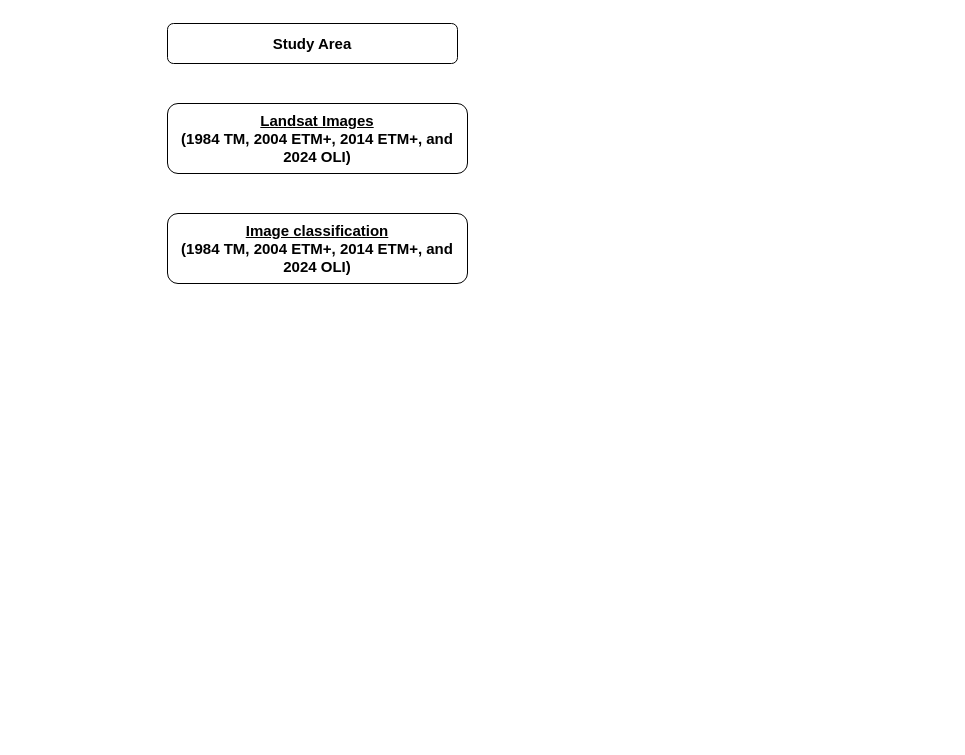
Earlier version of the draw.io diagram Lulc.drawio (yemioke/PRISMA2020). Source tidied: cells renumbered, new cells numbered last; positions are measured from the earlier drawing's top-left corner, leaving out a move shared by most shapes. Both pictures are drawn from the tidied source at 100%, with x=0, y=0 at pixel (167, 23).
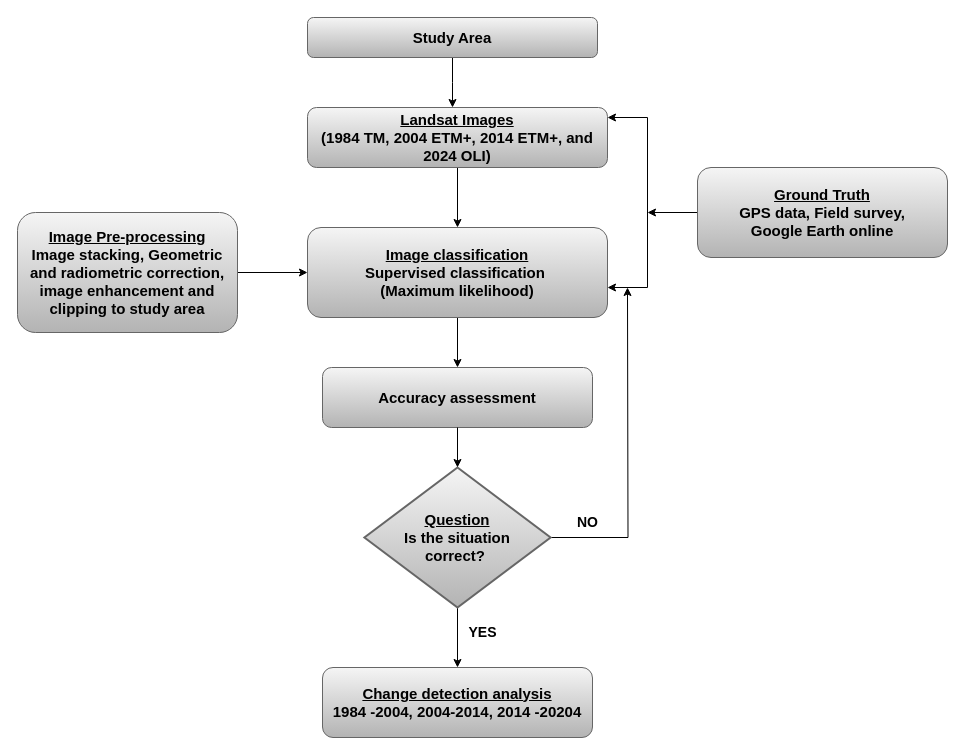
The same diagram, later.

Diff of the diagram source:
```diff
@@
+    <mxCell id="5" style="edgeStyle=orthogonalEdgeStyle;rounded=0;jettySize=auto;html=1;exitX=0.5;exitY=1;exitDx=0;exitDy=0;" parent="1" edge="1" source="2">
+      <mxGeometry relative="1" as="geometry">
+        <mxPoint x="285" y="84" as="targetPoint" />
+      </mxGeometry>
+    </mxCell>
-    <mxCell id="2" value="&lt;b&gt;&lt;font style=&quot;font-size: 15px;&quot;&gt;Study Area&lt;/font&gt;&lt;/b&gt;" style="rounded=1;whiteSpace=wrap;html=1;" parent="1" vertex="1">
-      <mxGeometry width="290" height="40" as="geometry" />
+    <mxCell id="2" value="&lt;b&gt;&lt;font style=&quot;font-size: 15px;&quot;&gt;Study Area&lt;/font&gt;&lt;/b&gt;" style="rounded=1;whiteSpace=wrap;html=1;fillColor=#f5f5f5;strokeColor=#666666;gradientColor=#b3b3b3;" parent="1" vertex="1">
+      <mxGeometry x="140" y="-6" width="290" height="40" as="geometry" />
     </mxCell>
+    <mxCell id="6" style="edgeStyle=orthogonalEdgeStyle;rounded=0;jettySize=auto;html=1;exitX=0.5;exitY=1;exitDx=0;exitDy=0;" parent="1" edge="1" source="3" target="4">
+      <mxGeometry relative="1" as="geometry" />
+    </mxCell>
-    <mxCell id="3" value="&lt;b&gt;&lt;font style=&quot;font-size: 15px;&quot;&gt;&lt;u&gt;Landsat Images&lt;/u&gt;&lt;/font&gt;&lt;/b&gt;&lt;div&gt;&lt;b&gt;&lt;font style=&quot;font-size: 15px;&quot;&gt;(1984 TM, 2004 ETM+, 2014 ETM+, and 2024 OLI)&lt;/font&gt;&lt;/b&gt;&lt;/div&gt;" style="rounded=1;whiteSpace=wrap;html=1;" parent="1" vertex="1">
-      <mxGeometry y="80" width="300" height="70" as="geometry" />
+    <mxCell id="3" value="&lt;b&gt;&lt;font style=&quot;font-size: 15px;&quot;&gt;&lt;u&gt;Landsat Images&lt;/u&gt;&lt;/font&gt;&lt;/b&gt;&lt;div&gt;&lt;b&gt;&lt;font style=&quot;font-size: 15px;&quot;&gt;(1984 TM, 2004 ETM+, 2014 ETM+, and 2024 OLI)&lt;/font&gt;&lt;/b&gt;&lt;/div&gt;" style="rounded=1;whiteSpace=wrap;html=1;fillColor=#f5f5f5;gradientColor=#b3b3b3;strokeColor=#666666;" parent="1" vertex="1">
+      <mxGeometry x="140" y="84" width="300" height="60" as="geometry" />
     </mxCell>
+    <mxCell id="7" style="edgeStyle=orthogonalEdgeStyle;rounded=0;jettySize=auto;html=1;exitX=0.5;exitY=1;exitDx=0;exitDy=0;" parent="1" edge="1" source="4" target="18">
+      <mxGeometry relative="1" as="geometry" />
+    </mxCell>
-    <mxCell id="4" value="&lt;b&gt;&lt;font style=&quot;font-size: 15px;&quot;&gt;&lt;u&gt;Image classification&lt;/u&gt;&lt;/font&gt;&lt;/b&gt;&lt;div&gt;&lt;b&gt;&lt;font style=&quot;font-size: 15px;&quot;&gt;(1984 TM, 2004 ETM+, 2014 ETM+, and 2024 OLI)&lt;/font&gt;&lt;/b&gt;&lt;/div&gt;" style="rounded=1;whiteSpace=wrap;html=1;" parent="1" vertex="1">
-      <mxGeometry y="190" width="300" height="70" as="geometry" />
+    <mxCell id="4" value="&lt;b&gt;&lt;font style=&quot;font-size: 15px;&quot;&gt;&lt;u&gt;Image classification&lt;/u&gt;&lt;/font&gt;&lt;/b&gt;&lt;div&gt;&lt;span style=&quot;font-size: 15px;&quot;&gt;&lt;b&gt;Supervised classification&amp;nbsp;&lt;/b&gt;&lt;/span&gt;&lt;/div&gt;&lt;div&gt;&lt;span style=&quot;font-size: 15px;&quot;&gt;&lt;b&gt;(Maximum likelihood)&lt;/b&gt;&lt;/span&gt;&lt;/div&gt;" style="rounded=1;whiteSpace=wrap;html=1;fillColor=#f5f5f5;gradientColor=#b3b3b3;strokeColor=#666666;" parent="1" vertex="1">
+      <mxGeometry x="140" y="204" width="300" height="90" as="geometry" />
     </mxCell>
+    <mxCell id="8" style="edgeStyle=orthogonalEdgeStyle;rounded=0;jettySize=auto;html=1;exitX=1;exitY=0.5;exitDx=0;exitDy=0;entryX=0;entryY=0.5;entryDx=0;entryDy=0;" parent="1" edge="1" source="9" target="4">
+      <mxGeometry relative="1" as="geometry" />
+    </mxCell>
+    <mxCell id="9" value="&lt;b&gt;&lt;font style=&quot;font-size: 15px;&quot;&gt;&lt;u&gt;Image Pre-processing&lt;/u&gt;&lt;/font&gt;&lt;/b&gt;&lt;div&gt;&lt;span style=&quot;font-size: 15px;&quot;&gt;&lt;b&gt;Image stacking, Geometric and radiometric correction, image enhancement and clipping to study area&lt;/b&gt;&lt;/span&gt;&lt;/div&gt;" style="rounded=1;whiteSpace=wrap;html=1;fillColor=#f5f5f5;gradientColor=#b3b3b3;strokeColor=#666666;" parent="1" vertex="1">
+      <mxGeometry x="-150" y="189" width="220" height="120" as="geometry" />
+    </mxCell>
+    <mxCell id="10" style="edgeStyle=orthogonalEdgeStyle;rounded=0;jettySize=auto;html=1;exitX=0;exitY=0.5;exitDx=0;exitDy=0;" parent="1" edge="1" source="11">
+      <mxGeometry relative="1" as="geometry">
+        <mxPoint x="480" y="189" as="targetPoint" />
+      </mxGeometry>
+    </mxCell>
+    <mxCell id="11" value="&lt;b&gt;&lt;font style=&quot;font-size: 15px;&quot;&gt;&lt;u&gt;Ground Truth&lt;/u&gt;&lt;/font&gt;&lt;/b&gt;&lt;div&gt;&lt;span style=&quot;font-size: 15px;&quot;&gt;&lt;b&gt;GPS data, Field survey,&lt;/b&gt;&lt;/span&gt;&lt;/div&gt;&lt;div&gt;&lt;span style=&quot;font-size: 15px;&quot;&gt;&lt;b&gt;Google Earth online&lt;/b&gt;&lt;/span&gt;&lt;/div&gt;" style="rounded=1;whiteSpace=wrap;html=1;fillColor=#f5f5f5;gradientColor=#b3b3b3;strokeColor=#666666;" parent="1" vertex="1">
+      <mxGeometry x="530" y="144" width="250" height="90" as="geometry" />
+    </mxCell>
+    <mxCell id="12" style="edgeStyle=orthogonalEdgeStyle;rounded=0;jettySize=auto;html=1;exitX=0.5;exitY=1;exitDx=0;exitDy=0;exitPerimeter=0;entryX=0.5;entryY=0;entryDx=0;entryDy=0;" parent="1" edge="1" source="14" target="19">
+      <mxGeometry relative="1" as="geometry" />
+    </mxCell>
+    <mxCell id="13" style="edgeStyle=orthogonalEdgeStyle;rounded=0;jettySize=auto;html=1;exitX=1;exitY=0.5;exitDx=0;exitDy=0;exitPerimeter=0;" parent="1" edge="1" source="14">
+      <mxGeometry relative="1" as="geometry">
+        <mxPoint x="460" y="264" as="targetPoint" />
+      </mxGeometry>
+    </mxCell>
+    <mxCell id="14" value="&lt;span style=&quot;font-size: 15px;&quot;&gt;&lt;b&gt;&lt;u&gt;Question&lt;/u&gt;&lt;/b&gt;&lt;/span&gt;&lt;br&gt;&lt;div&gt;&lt;span style=&quot;font-size: 15px;&quot;&gt;&lt;b&gt;Is the situation&lt;/b&gt;&lt;/span&gt;&lt;/div&gt;&lt;div&gt;&lt;span style=&quot;font-size: 15px;&quot;&gt;&lt;b&gt;correct?&amp;nbsp;&lt;/b&gt;&lt;/span&gt;&lt;/div&gt;" style="strokeWidth=2;html=1;shape=mxgraph.flowchart.decision;whiteSpace=wrap;fillColor=#f5f5f5;gradientColor=#b3b3b3;strokeColor=#666666;" parent="1" vertex="1">
+      <mxGeometry x="196.9" y="444" width="186.2" height="140" as="geometry" />
+    </mxCell>
+    <mxCell id="15" style="endArrow=none;html=1;rounded=0;" parent="1" edge="1">
+      <mxGeometry relative="1" as="geometry">
+        <mxPoint x="480" y="264" as="sourcePoint" />
+        <mxPoint x="480" y="94" as="targetPoint" />
+      </mxGeometry>
+    </mxCell>
+    <mxCell id="16" style="endArrow=classic;html=1;rounded=0;" parent="1" edge="1">
+      <mxGeometry relative="1" as="geometry">
+        <mxPoint x="480" y="264" as="sourcePoint" />
+        <mxPoint x="440" y="264" as="targetPoint" />
+      </mxGeometry>
+    </mxCell>
+    <mxCell id="17" style="endArrow=classic;html=1;rounded=0;" parent="1" edge="1">
+      <mxGeometry relative="1" as="geometry">
+        <mxPoint x="480" y="94" as="sourcePoint" />
+        <mxPoint x="440" y="94" as="targetPoint" />
+      </mxGeometry>
+    </mxCell>
+    <mxCell id="18" value="&lt;span style=&quot;font-size: 15px;&quot;&gt;&lt;b&gt;Accuracy assessment&lt;/b&gt;&lt;/span&gt;" style="rounded=1;whiteSpace=wrap;html=1;fillColor=#f5f5f5;gradientColor=#b3b3b3;strokeColor=#666666;" parent="1" vertex="1">
+      <mxGeometry x="155" y="344" width="270" height="60" as="geometry" />
+    </mxCell>
+    <mxCell id="19" value="&lt;span style=&quot;font-size: 15px;&quot;&gt;&lt;b&gt;&lt;u&gt;Change detection analysis&lt;/u&gt;&lt;/b&gt;&lt;/span&gt;&lt;div&gt;&lt;span style=&quot;font-size: 15px;&quot;&gt;&lt;b&gt;1984 -2004, 2004-2014, 2014 -20204&lt;/b&gt;&lt;/span&gt;&lt;/div&gt;" style="rounded=1;whiteSpace=wrap;html=1;fillColor=#f5f5f5;gradientColor=#b3b3b3;strokeColor=#666666;" parent="1" vertex="1">
+      <mxGeometry x="155" y="644" width="270" height="70" as="geometry" />
+    </mxCell>
+    <mxCell id="20" style="edgeStyle=orthogonalEdgeStyle;rounded=0;jettySize=auto;html=1;exitX=0.5;exitY=1;exitDx=0;exitDy=0;entryX=0.5;entryY=0;entryDx=0;entryDy=0;entryPerimeter=0;" parent="1" edge="1" source="18" target="14">
+      <mxGeometry relative="1" as="geometry" />
+    </mxCell>
+    <mxCell id="21" value="&lt;b&gt;&lt;font style=&quot;font-size: 14px;&quot;&gt;YES&lt;/font&gt;&lt;/b&gt;" style="text;html=1;align=center;verticalAlign=middle;strokeColor=none;fillColor=none;" parent="1" vertex="1">
+      <mxGeometry x="290" y="594" width="50" height="30" as="geometry" />
+    </mxCell>
+    <mxCell id="22" value="&lt;b&gt;&lt;font style=&quot;font-size: 14px;&quot;&gt;NO&lt;/font&gt;&lt;/b&gt;" style="text;html=1;align=center;verticalAlign=middle;strokeColor=none;fillColor=none;" parent="1" vertex="1">
+      <mxGeometry x="400" y="484" width="40" height="30" as="geometry" />
+    </mxCell>
```
